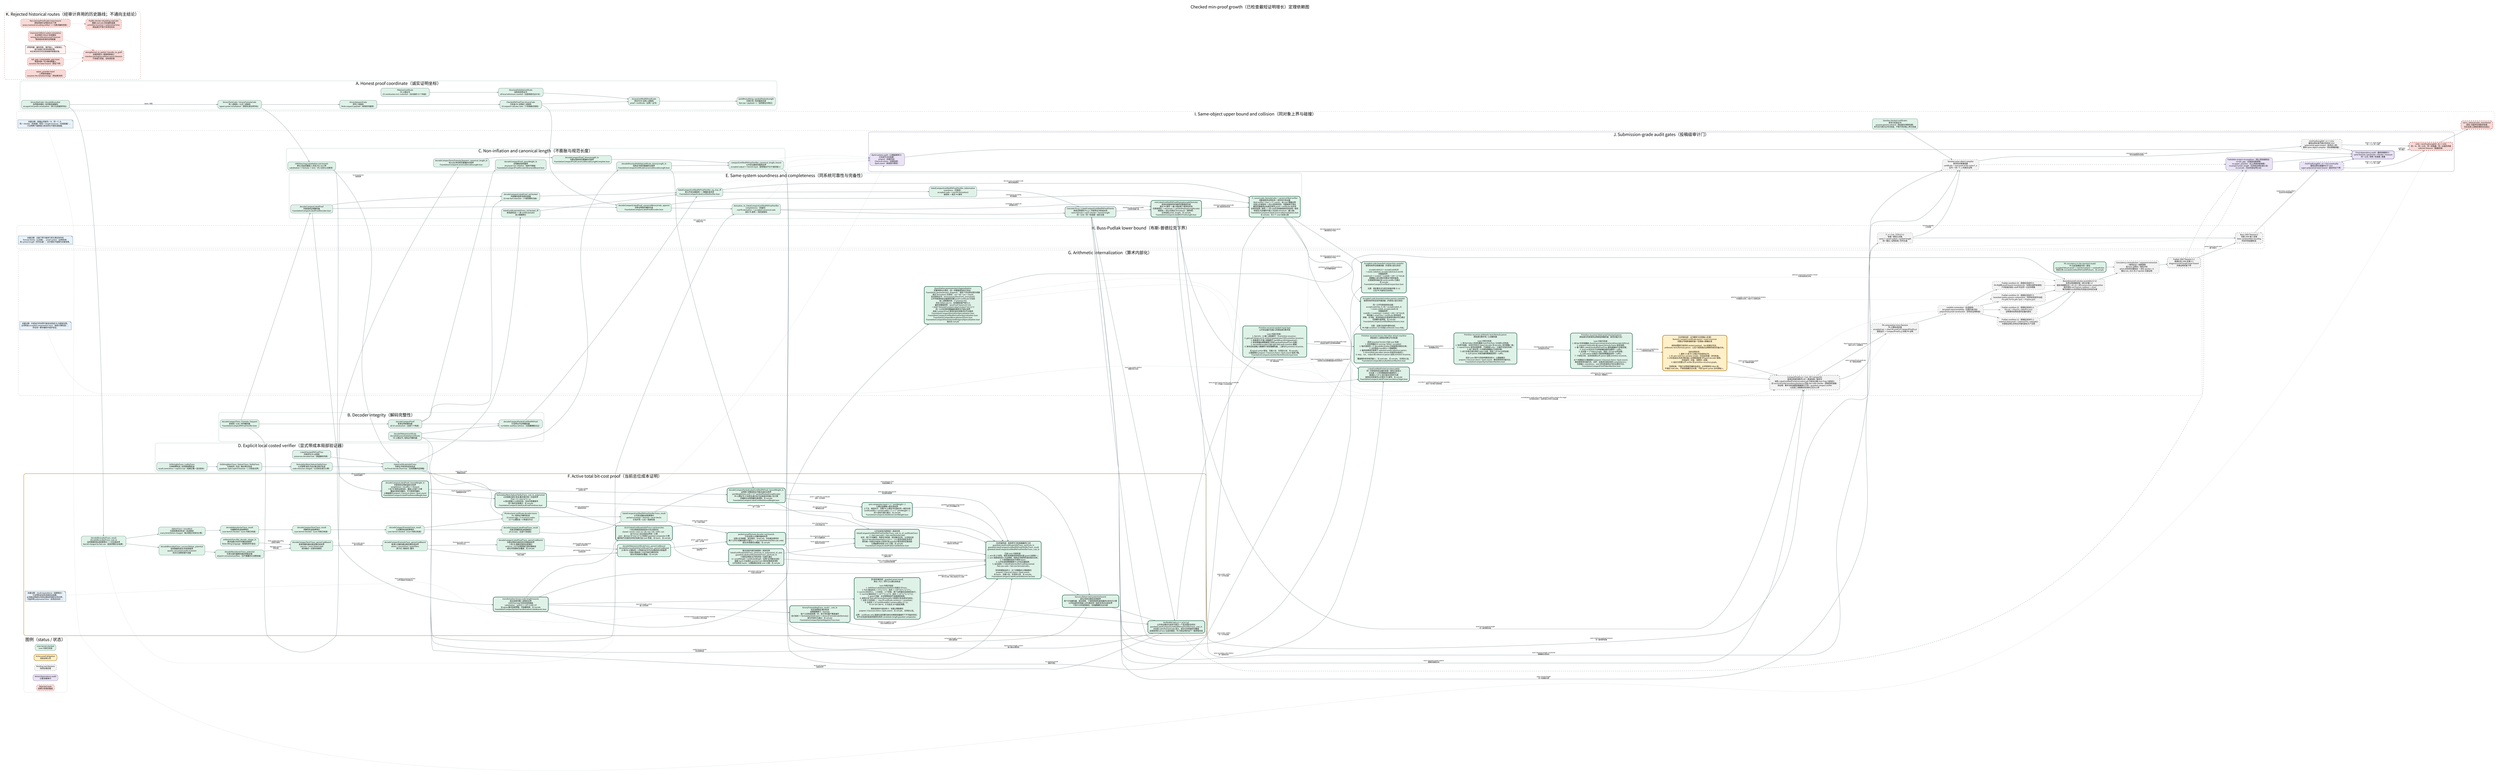
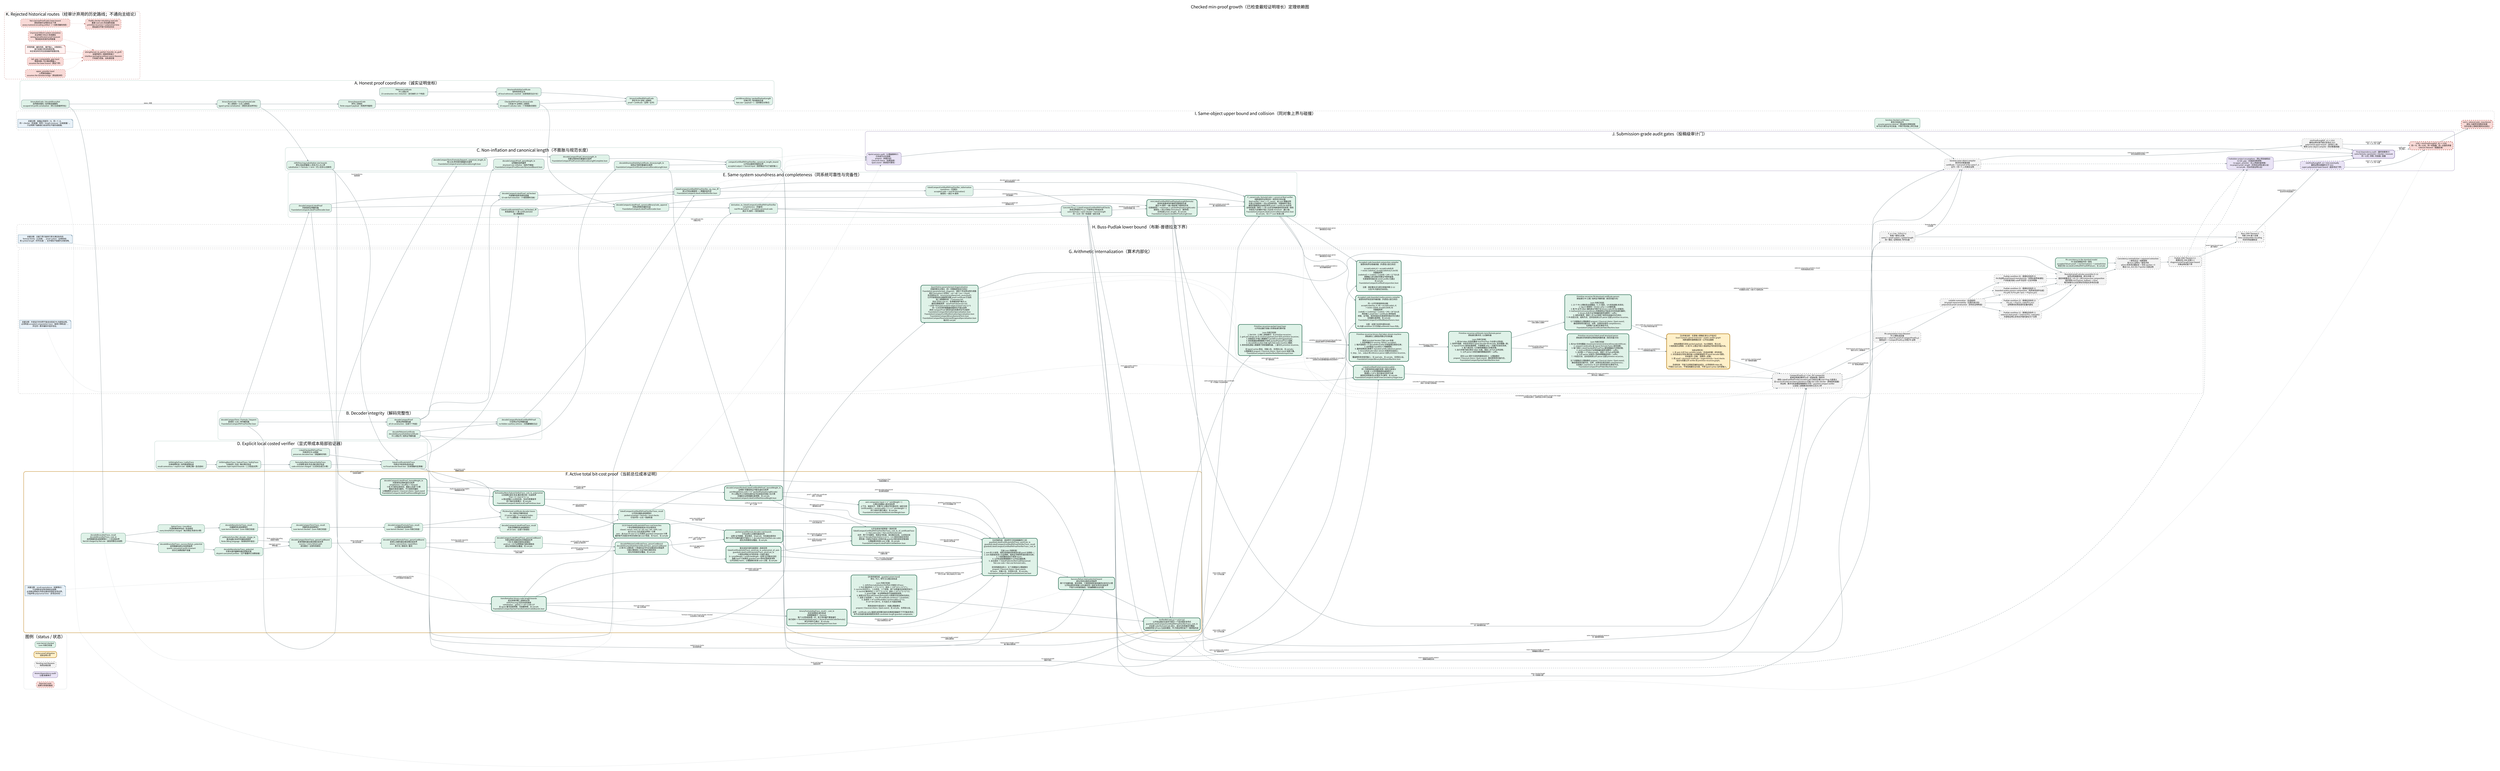
digraph CheckedMinProofDependencies {
  graph [
    rankdir=LR,
    bgcolor="white",
    compound=true,
    newrank=true,
    pad="0.35",
    nodesep="0.30",
    ranksep="0.62",
    fontname="Noto Sans CJK SC",
    fontsize=24,
    label="Checked min-proof growth（已检查最短证明增长）定理依赖图",
    labelloc="t",
    labeljust="c"
  ];
  node [
    shape=box,
    style="rounded,filled",
    fontname="Noto Sans CJK SC",
    fontsize=10.5,
    color="#526d75",
    fillcolor="#eef3f4",
    margin="0.14,0.09",
    penwidth=1.2
  ];
  edge [
    fontname="Noto Sans CJK SC",
    fontsize=8.5,
    color="#65777d",
    arrowsize=0.68,
    penwidth=1.05
  ];

  subgraph cluster_legend {
    label="图例（status / 状态）";
    color="#c8d1d4";
    style="rounded";
    done [label="Lean kernel checked\nLean 内核已检查", fillcolor="#dff2e8", color="#3f7c66"];
    active [label="Active proof obligation\n当前证明义务", fillcolor="#fff0c9", color="#b37a12", penwidth=2.2];
    pending [label="Pending root theorem\n待闭合根定理", fillcolor="#f3f3f3", color="#777777", style="rounded,filled,dashed"];
    audit [label="Axiom/dependency audit\n公理/依赖审计", fillcolor="#e9e3f5", color="#76639a"];
    rejected [label="Rejected route\n经审计弃用的路线", fillcolor="#f8d9d6", color="#a8443d", style="rounded,filled,dashed"];
  }

  subgraph cluster_coordinate {
    label="A. Honest proof coordinate（诚实证明坐标）";
    color="#8fb7aa";
    style="rounded";

    natcode [label="binaryNatCode / decodeBinaryNat\n自然数前缀码 / 自然数前缀解码\nescaped-bit prefix serialization（转义位前缀序列化）", fillcolor="#dff2e8"];
    syntaxcode [label="binaryTermCode + binaryFormulaCode\n项二进制码 + 公式二进制码\ntyped syntax serialization（类型化语法序列化）", fillcolor="#dff2e8"];
    sequentcode [label="binarySequentCode\n序列二进制码\nfinite sequent payload（有限序列载荷）", fillcolor="#dff2e8"];
    prooftree [label="CheckedPAProofTree.binaryCode\n已检查 PA 证明树二进制码\n10 sequent-calculus rules（十条相继式规则）", fillcolor="#dff2e8"];
    axiomcert [label="PAAxiomCertificate\nPA 公理证书\n23 constructors incl. induction（含归纳的 23 个构造）", fillcolor="#dff2e8"];
    structcert [label="StructuralValidityCertificate\n结构有效性证书\nall local witnesses counted（全部局部见证计长）", fillcolor="#dff2e8"];
    certifiedcode [label="binaryCertifiedPAProofCode\n带证书 PA 证明二进制码\nproof + certificate（证明 + 证书）", fillcolor="#dff2e8"];
    packedcode [label="packBinaryString / packedPayloadLength\n位串打包 / 有效载荷长度\nNat.size = payload + 1（自然数位长等式）", fillcolor="#dff2e8"];

    natcode -> syntaxcode [label="labels / 标签"];
    syntaxcode -> sequentcode;
    sequentcode -> prooftree;
    axiomcert -> structcert;
    prooftree -> certifiedcode;
    structcert -> certifiedcode;
    certifiedcode -> packedcode;
  }

  subgraph cluster_decoder {
    label="B. Decoder integrity（解码完整性）";
    color="#8fb7aa";
    style="rounded";

    typeddecoder [label="decodeCompactTerm / Formula / Sequent\n紧凑项 / 公式 / 序列解码器\nFoundationCompactPAProofVerifier.lean", fillcolor="#dff2e8"];
    proofdecoder [label="decodeCompactProof\n紧凑证明树解码器\nall 10 constructors（全部十个构造）", fillcolor="#dff2e8"];
    certdecoder [label="decodePAAxiomCertificate\ndecodeStructuralValidityCertificate\nPA 公理证书 / 结构证书解码器", fillcolor="#dff2e8"];
    packeddecoder [label="decodeCompactPackedCertifiedPAProof\n打包带证书证明解码器\nno hidden auxiliary witness（无隐藏辅助见证）", fillcolor="#dff2e8"];

    typeddecoder -> proofdecoder;
    certdecoder -> packeddecoder;
    proofdecoder -> packeddecoder;
  }

  subgraph cluster_size {
    label="C. Non-inflation and canonical length（不膨胀与规范长度）";
    color="#8fb7aa";
    style="rounded";

    structural [label="decodeCompactProof_parseWeight_le\n证明解码结构量界\nstructural non-inflation（结构不膨胀）\nFoundationCompactProofDecoderStructuralBound.lean", fillcolor="#dff2e8"];
    syntaxcanonical [label="decodeCompactTerm/Formula/Sequent_canonical_length_le\n项/公式/序列规范重编码长度界\nFoundationCompactCanonicalDecodeLength.lean", fillcolor="#dff2e8"];
    proofcanonical [label="decodeCompactProof_binaryLength_le\n完整证明树规范重编码长度界\nFoundationCompactProofCanonicalDecodeLengthComplete.lean", fillcolor="#dff2e8"];
    certcanonical [label="decodeStructuralValidityCertificate_binaryLength_le\n结构证书规范重编码长度界\nFoundationCompactCertificateCanonicalDecodeLength.lean", fillcolor="#dff2e8"];
    totalcanonical [label="compactCertifiedPAProofVerifier_canonical_length_bound\n公开验证器规范载荷总界\naccepted output <= honest input（接受输出不长于诚实输入）", fillcolor="#dff2e8"];
    transformsize [label="shift/free/neg/substitution size bounds\n移位/自由变量嵌入/否定/代入大小界\nsubstitution <= formula × term（代入至多公式乘项）", fillcolor="#dff2e8"];

    typeddecoder -> syntaxcanonical;
    proofdecoder -> structural;
    syntaxcanonical -> proofcanonical;
    certdecoder -> certcanonical;
    proofcanonical -> totalcanonical;
    certcanonical -> totalcanonical;
    syntaxcode -> transformsize;
  }

  subgraph cluster_explicit_local {
    label="D. Explicit local costed verifier（显式带成本局部验证器）";
    color="#8fb7aa";
    style="rounded";

    biteq [label="bitStringEqTrace / natEqTrace\n位串相等轨迹 / 自然数相等轨迹\nresult correctness + explicit cost（结果正确 + 显式成本）", fillcolor="#dff2e8"];
    bitset [label="bitStringMemTrace / SubsetTrace / SetEqTrace\n位串成员 / 包含 / 集合等价轨迹\nquadratic-style explicit bounds（二次型显式界）", fillcolor="#dff2e8"];
    formulalist [label="formulaEq/Mem/Subset/SetEqTrace\n公式相等/成员/包含/集合等价轨迹\ncode emission charged（公式码生成已计费）", fillcolor="#dff2e8"];
    listedtree [label="ListedCheckedPAProofTree\n列表序列 PA 证明树\npreserves decoded lists（保留解码列表）", fillcolor="#dff2e8"];
    listedcert [label="listedCertificateValidTrace\n列表证书有效性成本轨迹\nno Finset decide black box（无有限集判定黑箱）", fillcolor="#dff2e8"];

    biteq -> bitset;
    bitset -> formulalist;
    listedtree -> listedcert;
    formulalist -> listedcert;
    transformsize -> listedcert [label="local transforms\n局部变换"];
  }

  subgraph cluster_same_system {
    label="E. Same-system soundness and completeness（同系统可靠性与完备性）";
    color="#8fb7aa";
    style="rounded";

    listdecoder [label="decodeCompactListedProof\n列表保持证明解码器\nFoundationCompactListedProofDecoder.lean", fillcolor="#dff2e8"];
    projection [label="decodeCompactListedProof_toChecked\n列表解码投影到原检查器\n10-rule fuel induction（十规则燃料归纳）", fillcolor="#dff2e8"];
    localiff [label="listedCertificateValidTrace_toChecked_iff\n新局部轨迹 <-> 原 certificateValid\n语义精确等价", fillcolor="#dff2e8"];
    publiciff [label="listedCompactCertifiedPAProofVerifier_eq_true_iff\n新公开验证器接受 <-> 精确检查关系\nFoundationCompactListedCertifiedVerifier.lean", fillcolor="#dff2e8"];
    soundness [label="listedCompactCertifiedPAProofVerifier_toDerivation\nsoundness（可靠性）\naccepted code -> real PA Derivation2\n接受码 -> 真实 PA 推导", fillcolor="#dff2e8"];
    listencoder [label="decodeCompactListedProof_canonicalBinaryCode_append\n列表证明规范编码往返\nFoundationCompactListedProofEncoder.lean", fillcolor="#dff2e8"];
    completeness [label="derivation_to_listedCompactCertifiedPAProofVerifier\ncompleteness（完备性）\nreal PA derivation -> accepted canonical code\n真实 PA 推导 -> 规范接受码", fillcolor="#dff2e8"];
    predicate [label="Concrete P(x,y) / ListedCompactCertifiedPAProofChecks\n具体证明谓词 P(x,y) / 列表带证书检查关系\nsame formula + same checker + honest length\n同一公式 + 同一检查器 + 诚实长度", fillcolor="#dff2e8", penwidth=2.0];
    minmeasure [
      label="minListedCertifiedPAProofPayloadLength(formula)\n具体检查器诱导的最短完整载荷长度\n真实 PA 推导 -> 最小值由某个接受码实现\n任意接受码 -> minimum <= packedPayloadLength(code)\n接受码 -> 同公式真实 Derivation2（推导树）\n无项目级 proof_length；无 sorryAx\nFoundationCompactListedMinProofLength.lean",
      fillcolor="#dff2e8", color="#2f6f57", penwidth=2.8
    ];
    canonicalnormalize [
      label="P_canon(code, formulaCode) + canonical Bool verifier\n纯数值规范证明关系 + 规范布尔验证器\nBool verifier = true <-> P_canon，由 Lean 精确证明\n任意公开接受码 -> 同公式码规范码，完整载荷不增长\n最短完整载荷必由真实规范 proof + certificate 码实现\n全体码有限一致性 <-> 同 cutoff 的纯数值规范码有限一致性\n非规范/冗余编码不能人为压低 minimum（最小值）\nFoundationCompactListedCanonicalNormalization.lean\n无 sorryAx；仅三个 Lean 标准公理",
      fillcolor="#dff2e8", color="#2f6f57", penwidth=2.8
    ];

    typeddecoder -> listdecoder;
    listdecoder -> projection;
    proofdecoder -> projection;
    listedcert -> localiff;
    projection -> publiciff;
    localiff -> publiciff;
    packeddecoder -> publiciff;
    publiciff -> soundness;
    prooftree -> listencoder;
    listdecoder -> listencoder;
    listencoder -> completeness;
    listedcert -> completeness;
    soundness -> predicate;
    completeness -> predicate;
    predicate -> minmeasure [label="minimum over accepted codes\n对接受码取最小值"];
    completeness -> minmeasure [label="nonempty accepted set\n接受集合非空"];
    publiciff -> canonicalnormalize [label="decode every accepted code\n解码任意接受码"];
    listencoder -> canonicalnormalize [label="canonical re-encoding\n规范重编码"];
    totalcanonical -> canonicalnormalize [label="no payload growth\n载荷不增长"];
    minmeasure -> canonicalnormalize [label="minimum realized canonically\n最小值由规范码实现"];
  }

  subgraph cluster_cost_active {
    label="F. Active total bit-cost proof（当前总位成本证明）";
    color="#c18a27";
    style="rounded,bold";

    nattrace [label="decodeBinaryNatTrace_result\ndecodeBinaryNatTrace_cost_le\n自然数解码轨迹结果等价 + 二次位成本界\nNat.bit charged by Nat.size（按自然数位长收费）", fillcolor="#dff2e8", color="#3f7c66"];
    tracebind [label="OptionTrace + traceBind\n可选结果成本轨迹 + 轨迹绑定\nevery bind/failure charged（每次绑定/失败均计费）", fillcolor="#dff2e8", color="#3f7c66"];
    vectortrace [label="decodeManyVectorTrace_result\n向量解码轨迹结果等价\nLean kernel checked（Lean 内核已检查）", fillcolor="#dff2e8", color="#3f7c66"];
    termtrace [label="decodeCompactTermTrace_result\n项解码轨迹结果等价\nLean kernel checked（Lean 内核已检查）", fillcolor="#dff2e8", color="#3f7c66"];
    formulatrace [label="decodeCompactFormulaTrace_result\n公式解码轨迹结果等价\nLean kernel checked（Lean 内核已检查）", fillcolor="#dff2e8", color="#3f7c66"];
    prooftrace [label="decodeCompactListedProofTrace_result\n列表证明解码轨迹结果等价\nall 10 rules（全部十条规则）", fillcolor="#dff2e8", color="#3f7c66"];
    certtrace [label="PA/structural certificate decoder traces\nPA / 结构证书解码轨迹\n23 axiom tags + 4 recursive nodes\n23 个公理标签 + 4 种递归节点", fillcolor="#dff2e8", color="#3f7c66"];
    publictrace [label="listedCompactCertifiedPAProofVerifierTrace_result\n公开验证器轨迹结果等价\npacked envelope + formula + local checks\n打包外壳 + 公式 + 局部检查", fillcolor="#dff2e8", color="#3f7c66"];
    natpotential [label="decodeBinaryNatTrace_success/failure_potential\n自然数解码成功/失败势能界\nquartic consumed-prefix invariant\n四次已消费前缀不变量", fillcolor="#dff2e8", color="#3f7c66"];
    vectorpotential [label="decodeManyVectorTrace_potential\n任意长度向量解码摊还势能定理\ndisjoint consumed prefixes（互不重叠的已消费前缀）", fillcolor="#dff2e8", color="#3f7c66"];
    symbolcharge [label="arithmeticFunc/Rel_decode_charge_le\n算术函数/关系符号解码收费界\nfinite ORing language（有限有序环语言）", fillcolor="#dff2e8", color="#3f7c66"];
    termpotential [label="decodeCompactTermTrace_parserCostBound\n紧凑项解码器全路径摊还成本界\nsuccess + every failure path\n成功路径 + 全部失败路径", fillcolor="#dff2e8", color="#3f7c66"];
    formulapotential [label="decodeCompactFormulaTrace_parserCostBound\n紧凑公式解码器全路径摊还成本界\natoms / connectives / quantifiers\n原子式 / 联结词 / 量词", fillcolor="#dff2e8", color="#3f7c66"];
    proofpotential [
      label="decodeCompactListedProofTrace_parserCostBound\n列表证明树全路径四次势能成本界\n十条 PA 相继式规则全部通过\nand/cut 二叉子证明势能已望远镜相消\n成功/失败路径全覆盖；无 sorryAx",
      fillcolor="#dff2e8", color="#3f7c66"
    ];
    certpotential [
      label="decodePAAxiomCertificateTrace_parserCostBound\ndecodeStructuralValidityCertificateTrace_parserCostBound\n23 种 PA 公理标签 + 4 种递归证书节点全路径四次势能界\n归纳公理体和二元证书树已摊还闭合\n成功/失败路径全覆盖；无 sorryAx",
      fillcolor="#dff2e8", color="#3f7c66", penwidth=2.2
    ];
    packedcost [
      label="packed proof/formula decoder cost bounds\n打包证明/公式解码器成本界\n证明+证书串联、末位哨兵、dropLast、空后缀全部闭合\n两个公开打包解码器均不超过 2 × decoderPotential(Nat.size code)\n成功/失败路径全覆盖；无 sorryAx",
      fillcolor="#dff2e8", color="#2f6f57", penwidth=2.8
    ];
    transformcode [
      label="transformation binary-code length bounds\n语法变换完整二进制码长界\nshift/free/neg 均至多线性膨胀\nsubstitution：|phi[t]| <= 3(F+1)(W+1)F\n含 qpow 量词深度预算；无隐藏参数；无 sorryAx\nFoundationCompactSyntaxTransformationCodeBounds.lean",
      fillcolor="#dff2e8", color="#2f6f57", penwidth=2.8
    ];
    negtrace [
      label="binaryFormulaNegTrace_result / _cost_le\n否定变换真实递归轨迹\n结果精确等于 ∼formula\n每个公式构造收费一步；原子项向量不重复遍历\n执行成本 <= formulaSymbolCount <= |binaryFormulaCode(formula)|\n单文件探针已通过；无 sorryAx\nFoundationCompactSyntaxNegationTrace.lean",
      fillcolor="#dff2e8", color="#2f6f57", penwidth=2.8
    ];
    axmjoint [
      label="axm comparator input <= 2 * jointWeight + 1\n公理比较器输入联合坐标界\n上下文、候选句子、完整 PA 公理证书均落在同一诚实位权\ncertificateBits + sentenceBits + 1 <= 2 * jointWeight + 1\n四个坐标引理已通过；无 sorryAx\nFoundationCompactListedAxiomJointWeight.lean",
      fillcolor="#dff2e8", color="#2f6f57", penwidth=2.8
    ];
    honestproof [
      label="decodeCompactListedProof_honestWeight_le\n列表保持证明树诚实位权界\nweight(tree) + 8|suffix| <= 8|input|\n十条 PA 规则全部闭合；重复公式逐个计费\n覆盖任意成功解码，不只是规范编码\n公理画像仅 propext / Classical.choice / Quot.sound\nFoundationCompactListedProofHonestWeight.lean",
      fillcolor="#dff2e8", color="#2f6f57", penwidth=2.8
    ];
    honestcert [
      label="decodeCompactPackedListedCertifiedPAProof_honestWeight_le\n证明树+完整结构证书联合诚实位权界\njointWeight(tree,cert) <= 8 * packedPayloadLength(code)\nPA 公理证书 23 标签及递归证书全部由实际输入位计费\n无辅助见证和隐藏长度参数；无 sorryAx\nFoundationCompactListedCertifiedHonestWeight.lean",
      fillcolor="#dff2e8", color="#2f6f57", penwidth=2.8
    ];
    localprimitives [
      label="formulaEq/Mem/Subset/SetEqTrace_cost_le_polynomial\n公式相等/成员/包含/集合等价统一位成本界\nP(w) = 4 + 2(w+3)^2 + w\nw 是全部输入公式码位权，包含列表重复项\n四个端点全部通过；无 sorryAx\nFoundationCompactListedLocalCostPrimitives.lean",
      fillcolor="#dff2e8", color="#2f6f57", penwidth=2.8
    ];
    localbranches9 [
      label="10/10 listedCertificateValidTrace cost branches\n十条证明规则局部成本分支全部闭合\nclosed / verum / and / or / all / exs / wk / shift / cut：\n由 P(G(w)) 及生成语法界统一计费\naxm：由 A(w)=K*(2w+1)^12 的真实 guarded comparator 计费\n最终每节点固定多项式包络已由 Lean 检查；无 haxm、无 sorryAx",
      fillcolor="#dff2e8", color="#2f6f57", penwidth=2.8
    ];
    localinduction [
      label="联合坐标内部归纳骨架 + 具体实例\nlistedCertificateValidTrace_jointCost_le_polynomial_of_axm\nguardedListedCertificateValidTrace_jointCost_le\n十规则证明树/证书同步统一归纳已通过\nb = proofWeight + certificateWeight（证明+证书联合位权）\n抽象 haxm 已由真实 guarded axm 成本定理具体消除\n公开实例无 haxm；公理画像仅标准 Lean 公理；无 sorryAx",
      fillcolor="#dff2e8", color="#2f6f57", penwidth=2.8
    ];
    publicskeleton [
      label="公开总成本内部骨架 + 具体实例\nlistedCompactCertifiedPAProofVerifierTrace_cost_le_of_certificateTrace\ns = Nat.size(code) + Nat.size(formulaCode)\n合并：两个打包解码、局部证书检查、结论集合比较、公式码比较\nQ(s)=4*decoderPotential(s)+L(s)+1，L(s) 是显式固定多项式\n原先唯一内部证书成本义务现已由 guarded 联合成本定理消除\n公理画像仅标准 Lean 公理；无 sorryAx\nFoundationCompactListedPublicCostSkeleton.lean",
      fillcolor="#dff2e8", color="#2f6f57", penwidth=2.8
    ];
    publiccost [
      label="【主终端完成：具体带守卫检查器最终汇合】\nguardedListedCertificateValidTrace_jointCost_le\nguardedListedCompactCertifiedPAProofVerifierTrace_result\nguardedListedCompactCertifiedPAProofVerifierTrace_cost_le\n\n已由 Lean 内核检查：\n1. axm 的 23 标签、接受/拒绝路径和候选长度 guard 全部统一；\n2. axm 局部成本进入与证明树、结构证书相同的诚实联合位权；\n3. 十规则整树成本不再带 haxm；\n4. 公开轨迹结果精确等于公开验证器结果；\n5. 总位成本 <= listedPublicVerifierCostPolynomial(\n   Nat.size code + Nat.size formulaCode)。\n\n定向构建退出码 0；五个关键端点公理画像仅\npropext / Classical.choice / Quot.sound。\n无 haxm、无输入包、无项目公设、无 sorryAx。\nFoundationCompactListedGuardedAxiomCost.lean",
      fillcolor="#dff2e8", color="#2f6f57", penwidth=2.8
    ];
    amortized [label="Success/failure total potential bound\n成功/失败全路径总势能界\n两个打包解码器、语法变换、十规则局部检查和最终比较均已计费\n公开轨迹的所有输入对均满足同一固定多项式位成本界\n不是只分析接受路径；无隐藏辅助见证长度", fillcolor="#dff2e8", color="#2f6f57", style="rounded,filled", penwidth=2.8];
    costnote [shape=note, label="关键注释：result equivalence（结果等价）\n只证明轨迹没有改掉验证结果；\n必须再证明成功/失败全路径的固定多项式界，\n才能声称 polynomial time（多项式时间）。", fillcolor="#e8f1f8", color="#4e7892"];
    transformtrace [label="【共享终端完成：guarded axiom trace】\n移位 / 代入 / 带守卫公理比较轨迹\n\nLean 内核已检查：\n1. shift/free/substitution/list/fixitr 的真实 QTrace；\n2. fixitr 输出码长 <= 4*(L+1)^2；成本 <= 128*(m+L+1)^2*L；\n3. succInd 四次代入、三次否定、三个析取、两个全称量词全部真实执行；\n4. succInd 输出码长 <= 10^7*(L+1)^4；成本 <= 10^11*(L+1)^12；\n5. guard 完备：合法相等候选不会被提前拒绝；\n6. 接受分支 fixitr/allClosure/formulaEq 与拒绝分支总成本均闭合；\n7. 全部 23 标签统一：true iff certificate.sentence = candidate；\n8. 总成本 <= K*(certificateBits+sentenceBits+1)^12，\n   K=10^30+(3B+4)，B 为显式 26 句固定预算。\n\n两条验收命令退出码 0；关键公理画像仅\npropext / Classical.choice / Quot.sound；无 sorryAx、无项目公设。\n\n边界：certificate-only 直接生成完整归纳句在稀疏变量编号下不可能多项式；\n本节点完成的是保持接受关系的 candidate-length guarded comparator。", fillcolor="#dff2e8", color="#2f6f57", style="rounded,filled", penwidth=2.8];
    polytime [label="VerifierBitCost(x,y) <= p(|x|+|y|)\n公开验证器总位成本不超过一个显式固定多项式\nguardedListedCompactCertifiedPAProofVerifierTrace_cost_le\n对全部 code/formulaCode 成立，成功与失败路径均覆盖\n这里是项目 QTrace 位成本模型；PA 内短证明仍由下一簇单独完成", fillcolor="#dff2e8", color="#2f6f57", style="rounded,filled", penwidth=2.8];

    natcode -> nattrace;
    nattrace -> tracebind;
    tracebind -> vectortrace;
    vectortrace -> termtrace;
    termtrace -> formulatrace;
    formulatrace -> prooftrace;
    certdecoder -> certtrace;
    formulatrace -> certtrace;
    prooftrace -> publictrace;
    certtrace -> publictrace;
    publictrace -> amortized [label="exact behavior first\n先固定精确行为"];
    nattrace -> natpotential;
    natpotential -> vectorpotential;
    vectorpotential -> termpotential [label="argument vectors\n参数向量"];
    symbolcharge -> termpotential [label="finite symbol decoding\n有限符号解码"];
    termpotential -> formulapotential [label="terms inside atoms\n原子式中的项"];
    formulapotential -> proofpotential [label="formulas inside sequents\n序列中的公式"];
    proofpotential -> certpotential [label="proof/certificate alignment\n证明树/证书树对齐"];
    formulapotential -> certpotential [label="induction body\n归纳公理体"];
    certpotential -> packedcost [label="proof + certificate stream\n证明 + 证书串"];
    publictrace -> packedcost [label="same executable result\n同一可执行结果"];
    packedcost -> publiccost [label="decoded objects\n已解码对象"];
    transformsize -> transformcode [label="from symbol count to full bits\n从符号数提升到完整位长"];
    transformcode -> negtrace [label="input bit-length control\n输入位长控制"];
    negtrace -> publiccost [label="closed/cut negation charge\n闭合/切规则否定计费"];
    transformcode -> publiccost [label="generated-code bounds\n生成公式码长界"];
    listdecoder -> honestproof [label="all successful parses\n全部成功解码"];
    honestproof -> honestcert [label="proof-tree charge\n证明树计费"];
    certcanonical -> honestcert [label="full certificate bits\n完整证书位"];
    honestcert -> publiccost [label="joint decoded-data bound\n联合解码数据界"];
    honestcert -> axmjoint [label="proof + certificate coordinate\n证明 + 证书坐标"];
    axmjoint -> publiccost [label="guarded comparator input bound\n带守卫比较器输入界"];
    listedcert -> localprimitives [label="exact trace costs\n精确轨迹成本"];
    honestproof -> localprimitives [label="duplicate-preserving weights\n保留重复项位权"];
    localprimitives -> publiccost [label="uniform quadratic bound\n统一二次界"];
    localprimitives -> localbranches9 [label="per-rule instantiation\n逐规则实例化"];
    transformcode -> localbranches9 [label="generated syntax bounds\n生成语法界"];
    localbranches9 -> publiccost [label="nine checked branches\n九条已检查分支"];
    localbranches9 -> localinduction [label="structural aggregation\n结构汇总"];
    localinduction -> publiccost [label="haxm concretely discharged\nhaxm 已由具体定理消除"];
    localinduction -> publicskeleton [label="local certificate polynomial\n局部证书多项式"];
    packedcost -> publicskeleton [label="two packed decoder bounds\n两个打包解码界"];
    honestcert -> publicskeleton [label="decoded joint weight\n解码联合位权"];
    publicskeleton -> publiccost [label="concrete discharge checked\n具体消义务已检查"];
    listedcert -> publiccost [label="explicit local checks\n显式局部检查"];
    publiccost -> amortized;
    totalcanonical -> amortized [label="consumed-length control\n消费长度控制"];
    costnote -> amortized [style=dotted, arrowhead=none, constraint=false];
    transformcode -> transformtrace;
    transformtrace -> publiccost [label="guarded axm + shift/free/substitution costs\n带守卫公理 + 移位/自由化/代入成本"];
    amortized -> polytime;
    transformtrace -> polytime;
    totalcanonical -> polytime [label="input/output length control\n输入输出长度控制"];
    listedcert -> polytime [label="local cost bounds\n局部成本界"];
    predicate -> polytime [label="exact executable relation\n精确可执行关系"];
  }

  subgraph cluster_internalization {
    label="G. Arithmetic internalization（算术内部化）";
    color="#9a9a9a";
    style="rounded,dashed";

    listedconmeta [label="ListedCertifiedFiniteConsistencyAt(k)\n同一列表保持验证器的有限一致性元层语义\n无长度 <= k 的完整载荷码被接受为 ⊥\n普通及 2^(A*n) 放大版本无条件为真\n接受反向恢复同公式真实 PA 推导；无 sorryAx\nFoundationCompactListedFiniteConsistencyTarget.lean", fillcolor="#dff2e8", color="#2f6f57", penwidth=2.8];
    arithinput [label="Primitive-recursive packed input layer\n公开验证器打包输入的原始递归算术层\n\nLean 内核已检查：\n1. Nat.bits（小端二进制展开）为 primitive recursive；\n2. getLast?/dropLast 与 sentinel payload peel 均为 primitive recursive；\n3. 剥离成功 iff 输入精确等于 packBinaryString(payload)；\n4. 新剥离器结果精确等于现有 packedPayloadTrace 结果；\n5. decodeBinaryNat 已由 right-fold state machine 重建；\n6. 新状态机逐输入精确等于原前缀解码器，二者均为 primitive recursive。\n\n无 typed syntax 假设、无输入包、无项目公设、无 sorryAx；\n公理画像仅 propext / Classical.choice / Quot.sound 或其子集。\nFoundationCompactListedVerifierArithmeticInput.lean", fillcolor="#dff2e8", color="#2f6f57", penwidth=2.8];
    tokenstream [label="Primitive-recursive binary-Nat token stream machine\n原始递归二进制自然数记号流机器\n\n具体 bounded iterator 已由 Lean 检查：\n1. 状态明确区分 running / failed / accepted；\n2. 每步调用同一个 decodeBinaryNat 并保留真实剩余位串；\n3. 总步数由 inputBits+1 明确限制；\n4. 最终结果逐位串等于 repeated-prefix reference parser；\n5. binaryNatCode token stream 的规范往返成立；\n6. step、run、output 和 reference parser 全部 primitive recursive。\n\n覆盖畸形和非规范输入；无 rawCode、无 sorryAx、无项目公设。\nFoundationCompactBinaryNatStreamMachine.lean", fillcolor="#dff2e8", color="#2f6f57", penwidth=2.8];
    syntaxparser [label="Primitive-recursive arithmetic term/formula parser\n原始递归算术项 / 公式解析器\n\nLean 内核已检查：\n1. 纯 Nat token 状态机覆盖 bvar/fvar/func 与全部公式构造；\n2. 有序环函数、关系符号码与 typed decoder 的 decode₂ 条件精确一致；\n3. repeat frame 逐项处理参数，不按稀疏 arity 一次展开巨型任务表；\n4. 每个真实项 / 公式都有精确执行步数定理；\n5. 执行步数不超过真实 token 长度，固定二次 fuel 必然足够；\n6. 公开 parser 对规范编码精确返回同一 suffix。\n\n定向 Lean 探针与目标构建退出码 0；公理画像仅\npropext / Classical.choice / Quot.sound；静态禁用项扫描为空。\nFoundationCompactSyntaxTokenMachine.lean", fillcolor="#dff2e8", color="#2f6f57", penwidth=2.8];
-     proofparser [label="Primitive-recursive listed-proof structural parser\n原始递归列表保持证明树结构解析器（规范完备方向）\n\nLean 内核已检查：\n1. 纯 Nat 任务栈覆盖 closed/axm/verum/and/or/all/exs/wk/shift/cut；\n2. sequent cardinality 由 repeat-formula frame 逐项消费；\n3. 每个真实 ListedCheckedPAProofTree 都有精确执行步数定理；\n4. and/cut 的左右子证明按编码顺序消费同一 suffix；\n5. 总步数 <= 2*tokenLength，固定二次 fuel 必然足够；\n6. 公开 parser 对规范十规则树精确返回同一 suffix；\n7. 十标签分派、总状态机和公开 parser 全部 primitive recursive。\n\n五个关键端点公理画像仅 propext / Classical.choice / Quot.sound；\n静态禁用项扫描为空。边界：这里闭合真实树的 completeness；\n任意输入 soundness、axm 闭句检查和证书仍在黄色节点。\nFoundationCompactProofTokenMachine.lean", fillcolor="#dff2e8", color="#2f6f57", penwidth=2.8];
-     numericparser [label="【主终端当前：证书解析与任意输入反演】\nNumeric compact certificate parser + exact inversion\n完整证书纯数值解析器 + 任意输入精确反演\n\n绿色前置层已经闭合 packed payload、Nat 前缀记号流、\narithmetic term/formula parser，以及十规则真实证明树的规范完备方向。\n\n当前证明任务：\n1. 解析 23 类 PA 公理证书及结构证书；\n2. 补 axm 公式 free-variable-empty（无自由变量）闭句检查；\n3. 对任意成功/失败/畸形输入证明数值接受 iff typed decoder 接受，\n   并恢复同一对象、消费同一后缀；\n4. 组合为完整公开 verifier 的 primitive-recursive graph。\n\n完成标准：不能只证明规范编码会成功；必须排除伪 token 树，\n不借旧 rawCode，不增加隐藏见证长度，不把 typed syntax 当外部输入。", fillcolor="#fff0c9", color="#b37a12", penwidth=2.8];
+     proofparser [label="Primitive-recursive listed-proof structural parser\n原始递归列表保持证明树结构解析器（规范完备方向）\n\nLean 内核已检查：\n1. 纯 Nat 任务栈覆盖 closed/axm/verum/and/or/all/exs/wk/shift/cut；\n2. sequent cardinality 由 repeat-formula frame 逐项消费；\n3. 每个真实 ListedCheckedPAProofTree 都有精确执行步数定理；\n4. and/cut 的左右子证明按编码顺序消费同一 suffix；\n5. 总步数 <= 2*tokenLength，固定二次 fuel 必然足够；\n6. 公开 parser 对规范十规则树精确返回同一 suffix；\n7. 十标签分派、总状态机和公开 parser 全部 primitive recursive。\n\n五个关键端点公理画像仅 propext / Classical.choice / Quot.sound；\n静态禁用项扫描为空。边界：这里闭合真实树的 completeness；\n任意输入 soundness 与 axm 闭句检查仍在黄色节点。\nFoundationCompactProofTokenMachine.lean", fillcolor="#dff2e8", color="#2f6f57", penwidth=2.8];
+     certparser [label="Primitive-recursive PA/structural certificate parsers\n原始递归 PA 公理 / 结构证书解析器（规范完备方向）\n\nLean 内核已检查：\n1. 23 个 PA 公理标签全部覆盖；0..21 固定，3/4 校验函数/关系码；\n2. tag 22 调用同一 binder-arity-1 公式解析器；\n3. 新 PA 证书 token 编码逐证书等于旧 binary code 的 Nat 前缀流；\n4. leaf/axiomCert/unary/binary 四类结构证书由显式任务栈递归解析；\n5. binary 左右子证书按编码顺序消费同一 suffix；\n6. 线性步数界、固定二次 fuel 和两个规范往返端点均已闭合；\n7. PA 标签分派、结构节点、总状态机和公开 parser 全部 primitive recursive。\n\n七个关键端点公理画像仅 propext / Classical.choice / Quot.sound；\n静态禁用项扫描为空。边界：这里闭合规范 completeness，\n任意输入反演仍在黄色节点。\nFoundationCompactCertificateTokenMachine.lean", fillcolor="#dff2e8", color="#2f6f57", penwidth=2.8];
+     numericparser [label="【主终端当前：任意输入精确反演与公开组合】\nExact numeric-parser inversion + public verifier graph\n纯数值解析器精确反演 + 公开验证器图\n\n绿色前置层已闭合 packed payload、Nat 前缀流、项/公式、\n十规则真实证明树、23 类 PA 公理证书和 4 类结构证书的规范完备方向。\n\n当前证明任务：\n1. 补 axm 公式 free-variable-empty（无自由变量）闭句检查；\n2. 对任意成功/失败/畸形输入证明数值接受 iff typed decoder 接受，\n   并恢复同一对象、消费同一后缀；\n3. 把 proof + structural certificate + target formula + local checks\n   组合为完整公开 verifier 的 primitive-recursive graph。\n\n完成标准：不能只证明规范编码会成功；必须排除伪 token 树，\n不借旧 rawCode，不增加隐藏见证长度，不把 typed syntax 当外部输入。", fillcolor="#fff0c9", color="#b37a12", penwidth=2.8];
    compactformula [label="CompactProof(x,y) + Con_PA^compact(k)\n紧凑证明谓词算术公式 + 紧凑有限一致性句\n绿色 ListedCertifiedFiniteConsistencyAt 已给出正确 Lean Prop 元层语义\n旧 succinctFiniteConsistencySentence 仍指 raw-code checker（原始码检查器）\n待证明：算术句标准模型精确等价于同一 guarded compact verifier\n以及短二进制数词实例的公式大小界", fillcolor="#f3f3f3", color="#777777", style="rounded,filled,dashed", penwidth=2.0];
    patrace [label="PA computation-trace theorem\nPA 计算轨迹定理\naccepted run -> short PA proof of CompactProof(x,y)\n接受运行 -> CompactProof(x,y) 的短 PA 证明", fillcolor="#f3f3f3", color="#777777", style="rounded,filled,dashed"];
    suitable [label="suitable numeration（合适枚举）\nbit graph representability（位图可表示性）\npolynomial proof construction（多项式证明构造）", fillcolor="#f3f3f3", color="#777777", style="rounded,filled,dashed"];
    cond0 [label="Pudlak condition (0)（普德拉克条件 0）\nPA 内证明 proof-bound monotonicity（证明长度界单调性）\nP 的较紧/较松 cutoff 可在同一公式中转换", fillcolor="#f3f3f3", color="#777777", style="rounded,filled,dashed"];
    cond1 [label="Pudlak condition (1)（普德拉克条件 1）\nexternal short proof -> internal P(n, code(phi))\n外部短证明以多项式开销内部化为 P 实例", fillcolor="#f3f3f3", color="#777777", style="rounded,filled,dashed"];
    cond2 [label="Pudlak condition (2)（普德拉克条件 2）\nP(n,m) -> P(q1(n), code(P(n,m)))\n证明谓词实例自身的定量内部化", fillcolor="#f3f3f3", color="#777777", style="rounded,filled,dashed"];
    cond3 [label="Pudlak condition (3)（普德拉克条件 3）\nbounded modus ponens composition（有界肯定前件合成）\nP(n,phi) 与 P(n,phi->psi) -> P(q2(n),psi)", fillcolor="#f3f3f3", color="#777777", style="rounded,filled,dashed"];
    mpcompiler [label="Accepted-code bounded modus ponens compiler\n接受码有界肯定前件编译器（外部语义层已闭合）\n\n同一公开列表保持验证器：\naccept(codeImp, A->B) + accept(codeA, A)\n  -> exists codeB, accept(codeB, B)\n完整载荷界：\n|codeB| <= |codeImp| + |codeA| + 240 + 34*S(A,B)\n两份输入 proof tree + certificate 原样复用\n树级、证书级、规范码级及任意接受码端点均已通过\n无隐藏长度参数；无 sorryAx\nFoundationCompactCertifiedModusPonens.lean\n\n注意：这里只关闭外部码合成；\nPA 内部 condition (3) 仍须由 arithmetic trace 内化。", fillcolor="#dff2e8", color="#2f6f57", penwidth=2.8];
    conjcompiler [label="Accepted-code bounded conjunction compiler\n接受码有界合取编译器（外部语义层已闭合）\n\naccept(codeA,A) + accept(codeB,B)\n  -> exists codeAnd, accept(codeAnd,A and B)\n完整载荷界：\n|codeAnd| <= |codeA| + |codeB| + 144 + 11*S(A,B)\n两棵输入树与两份完整证书原样复用\n任意接受码端点及 axiom profile 已通过\n无 sorryAx\nFoundationCompactCertifiedConjunction.lean\n\n注意：固定重言式与原文拼接步骤 (i)-(v)\n以及 PA 内部化仍未闭合。", fillcolor="#dff2e8", color="#2f6f57", penwidth=2.8];
    qdiagonal [label="Quantitative parameterized diagonalization\n定量参数化对角化（同一完整载荷坐标已闭合）\nFoundation parameterized_diagonal₁：固定 P 的全称证明为常数\n真实 Derivation2 实例化：cut + wk + exs + closed\n显式结构证书：binary(unary(baseCert), unary(leaf))\n公开列表保持验证器接受完整 proof+certificate 打包码\n短二进制数码项：2*previous+bit\n码长 O(Nat.size m)，标准模型值严格为 m\n最终完整载荷界：baseProof+baseCert+192\n + 2048*(formulaConstant+stepConstant*|m|+1)^3\n同一公式实例的精确最短载荷也不超过该界\n具体 CompactProof 谓词仍由灰色算术化节点提供\nFoundationCompactDerivationSpecialization.lean\nFoundationCompactCertifiedDerivationSpecialization.lean\nFoundationCompactBinaryNumeralTerm.lean\nFoundationCompactParameterizedDiagonalSpecialization.lean\n端点无 sorryAx", fillcolor="#dff2e8", color="#2f6f57", penwidth=2.8];
    proofassembly [label="Bounded proof-calculus assembly (i)-(v)\n有界证明演算拼接（原文步骤 i-v）\n固定命题重言式 + (0)-(3) + MP/conjunction composition\n逐步得到 not P(q5(m), bottom) -> D(m)\n每次拼接与公式实例化均须显式多项式长度", fillcolor="#f3f3f3", color="#777777", style="rounded,filled,dashed"];
    paconsistency [label="PA consistency in the standard model\nPA 在标准模型中的一致性\naccepted falsum proof -> real Derivation2 -> contradiction\n项目已有 noListedCertifiedPAProofOfFalsum；无 sorryAx", fillcolor="#dff2e8", color="#2f6f57", penwidth=2.4];
    exponentextract [label="Consistency contradiction + exponent extraction\n一致性反证 + 指数提取\n短 D(m) 证明与一致性冲突\nq5(m) 的多项式重标定 -> 存在 epsilon > 0\n推出 Con_A(n) 无 n^epsilon 长度证明", fillcolor="#f3f3f3", color="#777777", style="rounded,filled,dashed"];
    diagonal [label="Pudlak 1986 Theorem 3.1\n普德拉克 1986 定理 3.1\ndiagonal proof-length lower bound\n对角证明长度下界", fillcolor="#f3f3f3", color="#777777", style="rounded,filled,dashed", penwidth=2.0];
    internalnote [shape=note, label="关键注释：外部运行时间界不能自动变成 PA 内部短证明。\n必须构造 accepted computation trace（接受计算轨迹），\n并在同一算术编码中逐步验证。", fillcolor="#e8f1f8", color="#4e7892"];

    predicate -> compactformula [label="exact standard-model relation\n精确标准模型关系"];
    minmeasure -> compactformula [label="same honest payload length\n同一诚实载荷长度"];
    canonicalnormalize -> compactformula [style=dotted, label="normalization audit only; public guarded verifier remains the target\n仅作规范化审计；目标仍是公开带守卫验证器"];
    predicate -> listedconmeta [label="same accepted-code relation\n同一接受码关系"];
    minmeasure -> listedconmeta [label="same payload coordinate\n同一载荷坐标"];
    listedconmeta -> compactformula [label="arithmetize this exact semantics\n算术化这一精确语义"];
    canonicalnormalize -> listedconmeta [label="pointwise same-cutoff equivalence\n逐点同截断值等价"];
    polytime -> arithinput [label="same packed inputs and bit-cost coordinate\n同一打包输入与位成本坐标"];
    arithinput -> tokenstream [label="primitive-recursive payload and Nat-prefix base\n原始递归载荷与自然数前缀基础"];
    tokenstream -> syntaxparser [label="bounded exact tokenization\n有界精确记号化"];
    syntaxparser -> proofparser [label="checked syntax-task machine\n已检查语法任务机"];
+     syntaxparser -> certparser [label="induction-body formula parser\n归纳公理体公式解析"];
    proofparser -> numericparser [label="ten-rule canonical completeness\n十规则规范完备方向"];
+     certparser -> numericparser [label="23+4 certificate canonical completeness\n23+4 类证书规范完备方向"];
    numericparser -> compactformula [label="same numeric machine graph\n同一纯数值机器图"];
    compactformula -> patrace [label="fixed formula and binary numerals\n固定公式与二进制数词"];
    internalnote -> patrace [style=dotted, arrowhead=none, constraint=false];
    patrace -> suitable;
    suitable -> cond0;
    suitable -> cond1;
    suitable -> cond2;
    suitable -> cond3;
    predicate -> mpcompiler [label="same public verifier\n同一公开验证器"];
    canonicalnormalize -> mpcompiler [label="decoded payload never grows\n解码规范化不增长"];
    mpcompiler -> cond3 [style=dotted, label="external compiler closed; PA internal proof remains\n外部编译已闭合；仍需 PA 内部短证明"];
    predicate -> conjcompiler [label="same public verifier\n同一公开验证器"];
    canonicalnormalize -> conjcompiler [label="decoded payload never grows\n解码规范化不增长"];
    conjcompiler -> proofassembly [style=dotted, label="external conjunction primitive closed\n外部合取原语已闭合"];
    compactformula -> qdiagonal [style=dotted, arrowhead=none, constraint=false, label="later instantiate the closed generic compiler at concrete P\n后续把已闭合通用编译器实例化到具体 P"];
    suitable -> qdiagonal [style=dotted, arrowhead=none, constraint=false, label="concrete P conditions belong to later assembly\n具体 P 条件属于后续拼接"];
    transformcode -> qdiagonal [label="formula-instance size bound already checked\n公式实例大小界已检查"];
    cond0 -> proofassembly;
    cond1 -> proofassembly;
    cond2 -> proofassembly;
    cond3 -> proofassembly;
    qdiagonal -> proofassembly;
    proofassembly -> exponentextract;
    paconsistency -> exponentextract;
    exponentextract -> diagonal;
  }

  subgraph cluster_buss {
    label="H. Buss-Pudlak lower bound（布斯-普德拉克下界）";
    color="#9a9a9a";
    style="rounded,dashed";

    family [label="F_n = Con_T((f(n))^c)\n有限一致性公式族\nsame T / proof system / symbol length\n同一理论 / 证明系统 / 符号长度", fillcolor="#f3f3f3", color="#777777", style="rounded,filled,dashed"];
    rescale [label="Buss 1994 Theorem 5\n布斯 1994 第 5 定理\ntime-constructible rescaling\n时间可构造重标定", fillcolor="#f3f3f3", color="#777777", style="rounded,filled,dashed", penwidth=2.0];
    lower [label="minProofLength(F_n) > U(n) eventually\n最短证明长度最终大于 U(n)\nsuper-polynomial lower bound（超多项式下界）", fillcolor="#e9e3f5", color="#76639a", style="rounded,filled,dashed", penwidth=2.0];
    lowernote [shape=note, label="关键注释：文献下界只能用于原文满足条件的\nformula family（公式族）、proof system（证明系统）\n和 symbol length（符号长度）；名字相似不能替代对象恒等。", fillcolor="#e8f1f8", color="#4e7892"];

    compactformula -> family [label="same CompactProof predicate\n同一紧凑证明谓词"];
    minmeasure -> family [label="exact minimum length coordinate\n精确最短长度坐标"];
    diagonal -> rescale [label="power lower-bound seed\n幂下界种子"];
    family -> rescale;
    rescale -> lower [label="explicit time-constructible f\n显式时间可构造函数 f"];
    lowernote -> rescale [style=dotted, arrowhead=none, constraint=false];
  }

  subgraph cluster_collision {
    label="I. Same-object upper bound and collision（同对象上界与碰撞）";
    color="#9a9a9a";
    style="rounded,dashed";

    sondowcert [label="Sondow checked certificates\n索多已检查证书\nassume gamma rational（假设欧拉常数有理）\n本节点只表示证书已检查，不等于同对象上界已完成", fillcolor="#dff2e8", color="#3f7c66"];
    samecompiler [label="Sondow same-object compiler\n索多同对象编译器\ncertificate -> real proof of the same F_n\n证书 -> 同一 F_n 的真实证明", fillcolor="#f3f3f3", color="#777777", style="rounded,filled,dashed"];
    upper [label="minProofLength(F_n) <= U(n)\n最短证明长度不超过多项式 U(n)\npolynomial upper bound（多项式上界）\n等待 same-object compiler（同对象编译器）", fillcolor="#f3f3f3", color="#777777", style="rounded,filled,dashed"];
    collision [label="U(N) < minProofLength(F_N) <= U(N)\n同一 N、同一公式、同一检查器、同一长度的矛盾\ncollision theorem（碰撞定理）", fillcolor="#f8d9d6", color="#a8443d", style="rounded,filled,dashed", penwidth=2.5];
    final [label="not is_rational euler_mascheroni\n欧拉-马歇罗尼常数非有理\n仅在全部上游根定理闭合后成立", fillcolor="#f8d9d6", color="#a8443d", style="rounded,filled,dashed", penwidth=2.5];
    samenote [shape=note, label="关键注释：碰撞必须是同一 N、同一 F_N、\n同一 checker（检查器）和同一 length measure（长度度量）。\n只证明两个抽象接口各自存在不能形成碰撞。", fillcolor="#e8f1f8", color="#4e7892"];

    sondowcert -> samecompiler;
    family -> samecompiler [label="formula identity\n公式恒等"];
    predicate -> samecompiler [label="same checker/length\n同一检查器/长度"];
    minmeasure -> samecompiler [label="same minimum payload measure\n同一最短载荷度量"];
    samecompiler -> upper [label="canonical accepted proof code\n规范且被接受的证明码"];
    upper -> collision [label="same F_N / same length\n同一 F_N / 同一长度"];
    lower -> collision [label="same F_N / same length\n同一 F_N / 同一长度"];
    samenote -> collision [style=dotted, arrowhead=none, constraint=false];
    collision -> final;
  }

  subgraph cluster_audit {
    label="J. Submission-grade audit gates（投稿级审计门）";
    color="#76639a";
    style="rounded";

    axioms [label="#print axioms audit（公理画像审计）\n已完成节点仅依赖：\npropext（命题外延）\nClassical.choice（经典选择）\nQuot.sound（商类型可靠性）", fillcolor="#e9e3f5", color="#76639a"];
    forbidden [label="Forbidden project assumptions（禁止项目级假设）\nno tail_gap（无尾部间隙参数）\nno upper_provider（无上界提供者参数）\nno project proof_length（无项目证明长度公设）\nno sorryAx（无未完成证明公设）", fillcolor="#e9e3f5", color="#76639a"];
    gate [label="Final dependency audit（最终依赖审计）\nsame formula / parameter / checker / measure\n同一公式 / 参数 / 检查器 / 度量", fillcolor="#e9e3f5", color="#76639a", penwidth=2.0];

    totalcanonical -> axioms [style=dotted];
    publiciff -> axioms [style=dotted];
    completeness -> axioms [style=dotted];
    nattrace -> axioms [style=dotted];
    polytime -> forbidden [style=dashed];
    diagonal -> forbidden [style=dashed];
    samecompiler -> forbidden [style=dashed];
    lower -> gate;
    upper -> gate;
    axioms -> gate;
    forbidden -> gate;
    gate -> collision [style=dashed, label="audit pass\n审计通过"];
  }

  subgraph cluster_rejected_routes {
    label="K. Rejected historical routes（经审计弃用的历史路线；不通向主结论）";
    color="#a8443d";
    style="rounded,dashed";

    rawgodel [label="Nat.size(rawProofCode) lower bound\n原始哥德尔证明码位长下界\nunary-numeral encoding artifact（一元数词编码伪影）", fillcolor="#f8d9d6", color="#a8443d", style="rounded,filled,dashed"];
    postfixraw [label="Postfix checker rebuilding rawCode\n重建 rawCode 的后缀检查器\nprimitive recursive != polynomial time\n原始递归不等于多项式时间", fillcolor="#f8d9d6", color="#a8443d", style="rounded,filled,dashed"];
    abstractgap [label="tail_gap / computable_gap input\n尾部间隙 / 可计算间隙输入\nassumes the lower bound（预设下界）", fillcolor="#f8d9d6", color="#a8443d", style="rounded,filled,dashed"];
    abstractupper [label="upper_provider input\n上界提供者输入\nassumes the Sondow bridge（预设索多桥）", fillcolor="#f8d9d6", color="#a8443d", style="rounded,filled,dashed"];
    unsimulated [label="Unproved Hilbert-system simulation\n未证明的 Hilbert 系统模拟\nwrong/uncalibrated proof measure\n错误或未校准的证明度量", fillcolor="#f8d9d6", color="#a8443d", style="rounded,filled,dashed"];
    graft [label="strengthened_to_partial / transfer_to_graft\n加强到部分 / 嫁接转移接口\ninterface packaging without source theorem\n只有接口包装、没有源定理", fillcolor="#f8d9d6", color="#a8443d", style="rounded,filled,dashed"];
    rejectednote [shape=note, label="弃用判据：编码伪影、循环输入、对象错位，\n或只给接口而没有根定理。\n本区域没有任何边连接最终碰撞定理。", fillcolor="#fff1f0", color="#a8443d"];

    rawgodel -> postfixraw [style=dotted, color="#a8443d"];
    abstractgap -> graft [style=dotted, color="#a8443d"];
    abstractupper -> graft [style=dotted, color="#a8443d"];
    unsimulated -> graft [style=dotted, color="#a8443d"];
    rejectednote -> graft [style=dotted, arrowhead=none, color="#a8443d"];
  }
}
